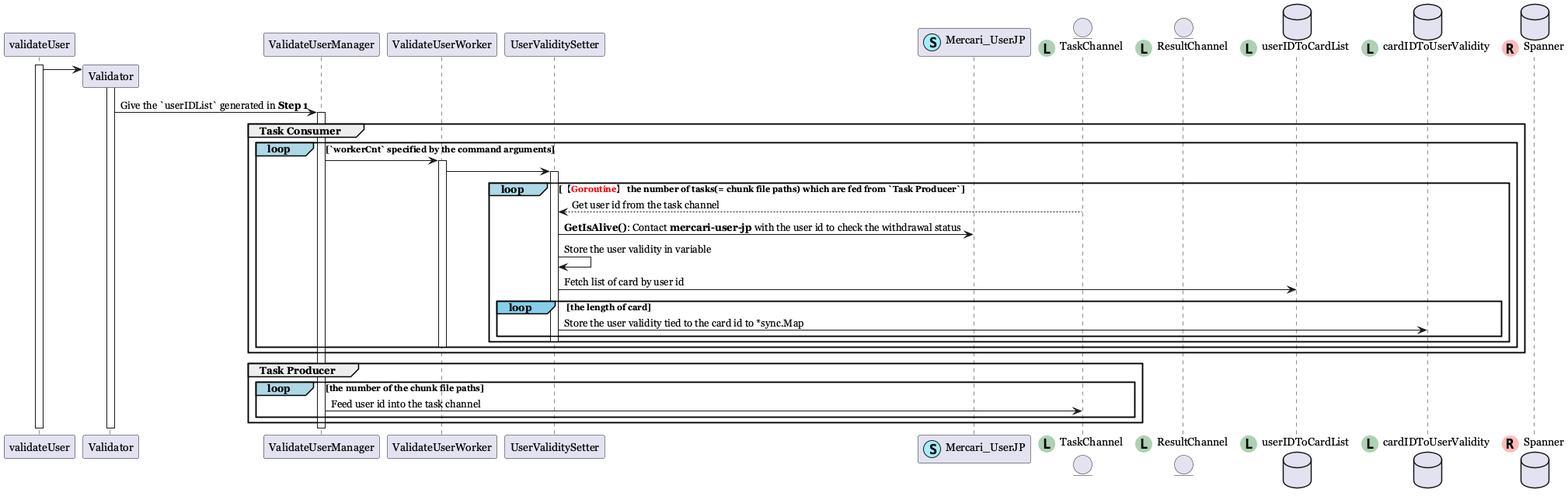
The PlantUML diagram en_validate_user.png in norun9/uml, before a commit.
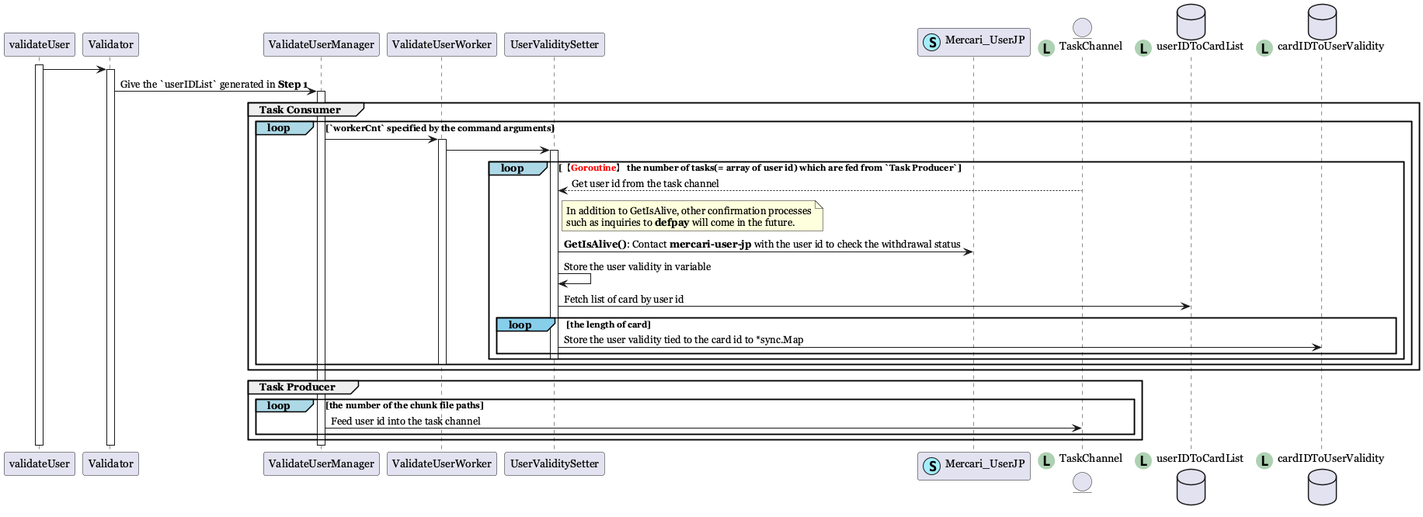
Above is the later version.

The edit, as a diff of the source:
```diff
@@ -5,18 +5,14 @@
 participant ValidateUserManager
 participant ValidateUserWorker
 participant UserValiditySetter
-
 participant Mercari_UserJP as ms << (S, #a4edfc) >>
 
 entity TaskChannel << (L, #ADD1B2) >>
-entity ResultChannel << (L, #ADD1B2) >>
 
 database userIDToCardList << (L, #ADD1B2) >>
 database cardIDToUserValidity << (L, #ADD1B2) >>
-database Spanner << (R, #FFBBBB) >>
 activate validateUser
 
-create Validator
 validateUser -> Validator
 activate Validator
 
@@ -28,9 +24,10 @@
         activate ValidateUserWorker
         ValidateUserWorker -> UserValiditySetter
 
-        loop#LightBlue 【**<font color=red>Goroutine</font>**】 the number of tasks(= chunk file paths) which are fed from `Task Producer`
+        loop#LightBlue 【**<font color=red>Goroutine</font>**】 the number of tasks(= array of user id) which are fed from `Task Producer`
             activate UserValiditySetter
             TaskChannel --> UserValiditySetter: Get user id from the task channel
+            note right of UserValiditySetter: In addition to GetIsAlive, other confirmation processes\nsuch as inquiries to **defpay** will come in the future.
             UserValiditySetter -> ms: **GetIsAlive()**: Contact **mercari-user-jp** with the user id to check the withdrawal status
             UserValiditySetter -> UserValiditySetter: Store the user validity in variable
             UserValiditySetter -> userIDToCardList: Fetch list of card by user id
```
